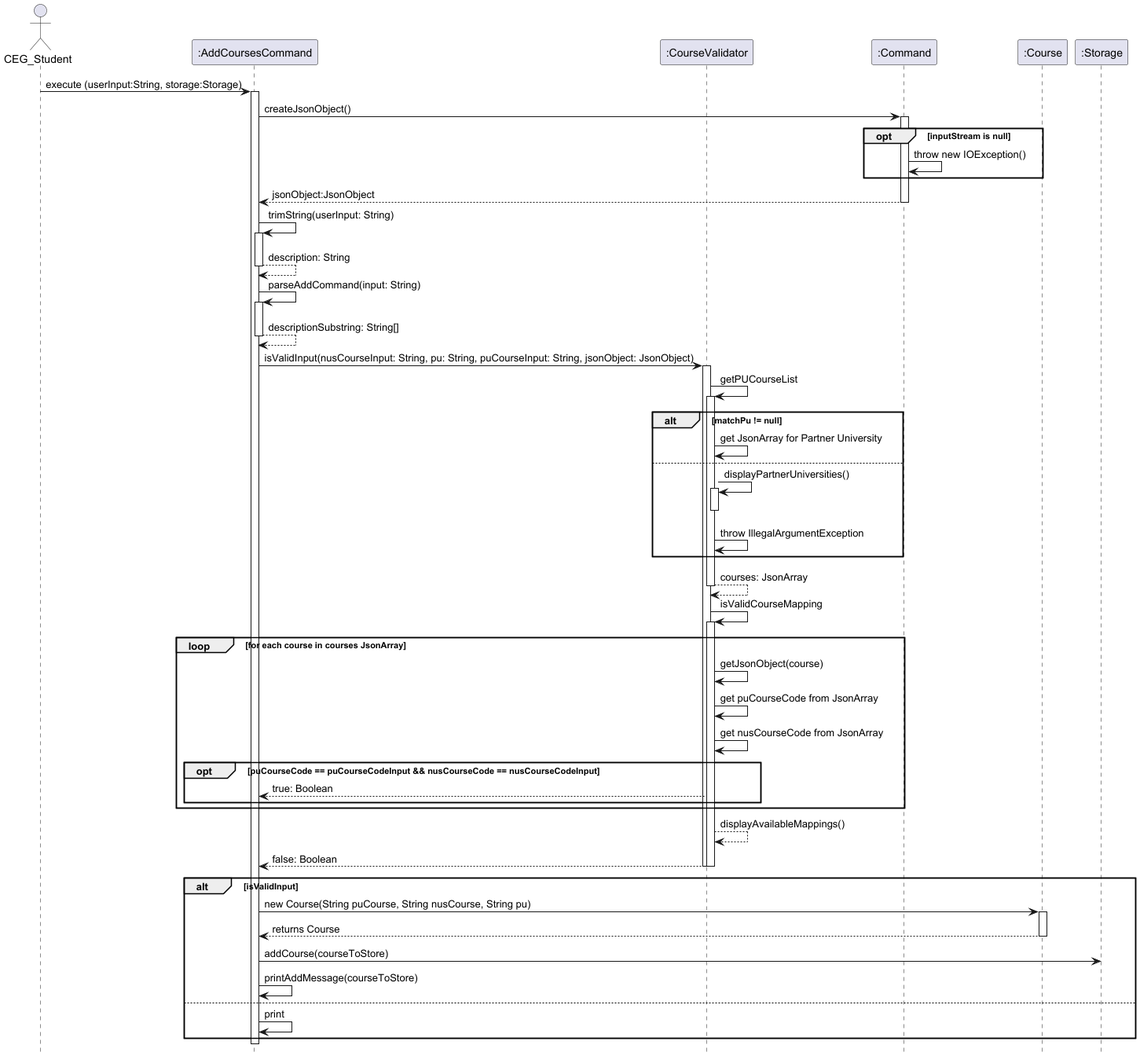
nus-cs2113-AY2425S1/tp keeps this PlantUML diagram as docs/images/AddCoursesCommand.png. Above is the earlier version.
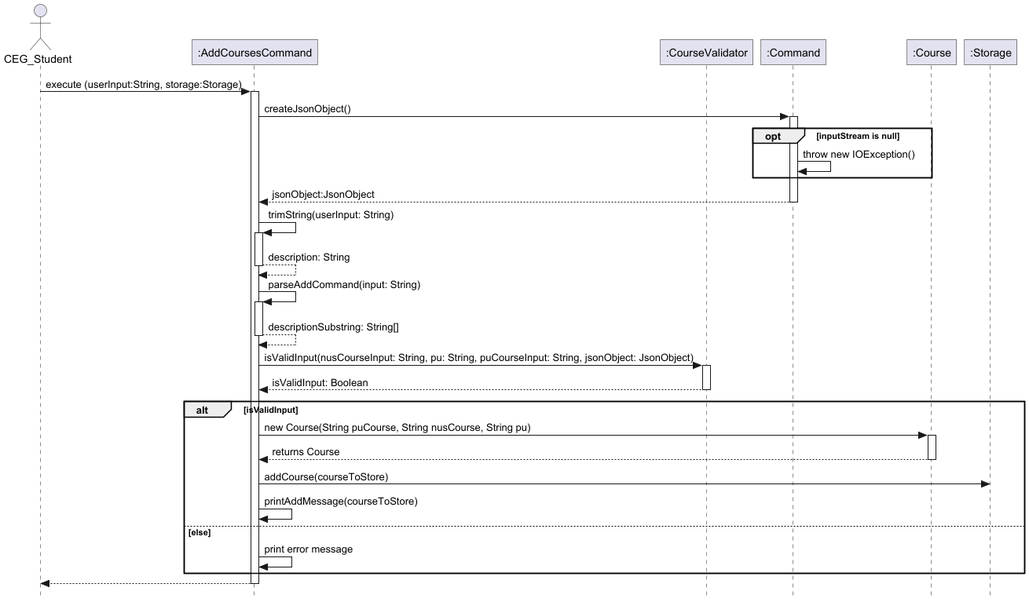
After the change.

The edit, as a diff of the source:
```diff
@@ -2,6 +2,7 @@
 hide footbox
 
 actor CEG_Student
+!include .SequenceDiagram.config
 participant ":AddCoursesCommand" as AddCoursesCommand
 participant ":CourseValidator" as CourseValidator
 participant ":Command" as Command
@@ -30,40 +31,9 @@
 activate AddCoursesCommand
 return descriptionSubstring: String[]
 
-AddCoursesCommand -> CourseValidator:isValidInput(nusCourseInput: String, pu: String, puCourseInput: String, jsonObject: JsonObject)
+AddCoursesCommand -> CourseValidator: isValidInput(nusCourseInput: String, pu: String, puCourseInput: String, jsonObject: JsonObject)
 activate CourseValidator
-
-CourseValidator -> CourseValidator:getPUCourseList
-activate CourseValidator
-
-alt matchPu != null
-CourseValidator -> CourseValidator: get JsonArray for Partner University
-else
-CourseValidator -> CourseValidator:displayPartnerUniversities()
-activate CourseValidator
-deactivate
-CourseValidator -> CourseValidator: throw IllegalArgumentException
-end
-return courses: JsonArray
-
-
-CourseValidator -> CourseValidator: isValidCourseMapping
-activate CourseValidator
-
-
-loop for each course in courses JsonArray
-CourseValidator -> CourseValidator:getJsonObject(course)
-CourseValidator -> CourseValidator:get puCourseCode from JsonArray
-CourseValidator -> CourseValidator:get nusCourseCode from JsonArray
-
-opt puCourseCode == puCourseCodeInput && nusCourseCode == nusCourseCodeInput
-    CourseValidator --> AddCoursesCommand: true: Boolean
-end
-end
-  CourseValidator --> CourseValidator: displayAvailableMappings()
-  CourseValidator --> AddCoursesCommand: false: Boolean
-  deactivate
-deactivate
+return isValidInput: Boolean
 
 alt isValidInput
 AddCoursesCommand -> Course: new Course(String puCourse, String nusCourse, String pu)
@@ -72,9 +42,9 @@
 deactivate
 AddCoursesCommand -> Storage :addCourse(courseToStore)
 AddCoursesCommand -> AddCoursesCommand: printAddMessage(courseToStore)
-else
-AddCoursesCommand -> AddCoursesCommand: print
+else else
+AddCoursesCommand -> AddCoursesCommand: print error message
 end
-deactivate
+return
 
 @enduml
```
